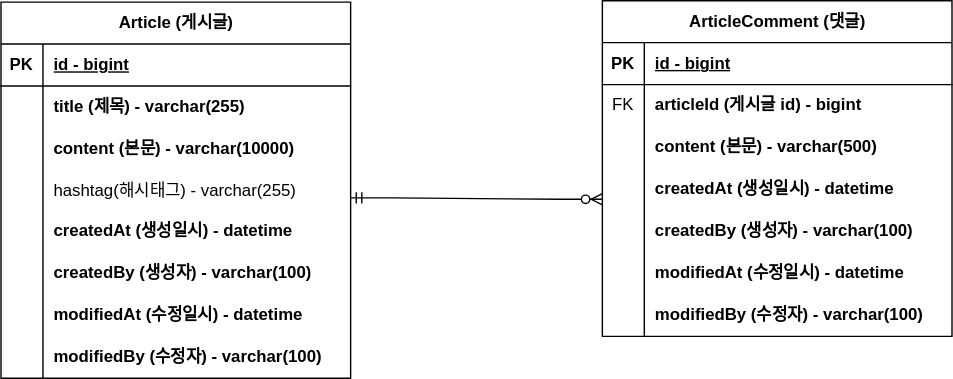
This is document/project-board-erd.svg from JooYoung-23/project-board, a draw.io export, as it was before one commit. Source tidied: cells renumbered, new cells last; positions are measured from the earlier drawing's top-left corner, leaving out a move shared by most shapes.
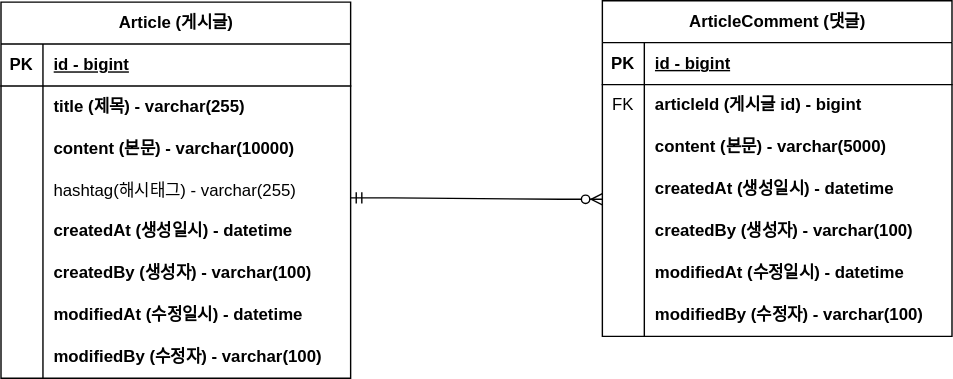
Above is the later version.

Commit message:
#5 - erd 업데이트: Article, ArticleComment 본문 크기 변경

What changed in the source:
```diff
@@ -104,7 +104,7 @@
     <mxCell id="35" style="shape=partialRectangle;fillColor=none;top=0;left=0;bottom=0;right=0;overflow=hidden;whiteSpace=wrap;html=1;" parent="34" vertex="1">
       <mxGeometry width="30" height="30" as="geometry" />
     </mxCell>
-    <mxCell id="36" value="content (본문) - varchar(500)" style="shape=partialRectangle;fillColor=none;top=0;left=0;bottom=0;right=0;align=left;spacingLeft=6;overflow=hidden;whiteSpace=wrap;html=1;fontStyle=1;" parent="34" vertex="1">
+    <mxCell id="36" value="content (본문) - varchar(5000)" style="shape=partialRectangle;fillColor=none;top=0;left=0;bottom=0;right=0;align=left;spacingLeft=6;overflow=hidden;whiteSpace=wrap;html=1;fontStyle=1;" parent="34" vertex="1">
       <mxGeometry x="30" width="220" height="30" as="geometry" />
     </mxCell>
     <mxCell id="37" style="shape=tableRow;horizontal=0;startSize=0;swimlaneHead=0;swimlaneBody=0;fillColor=none;top=0;left=0;right=0;bottom=0;" parent="27" vertex="1">
```
